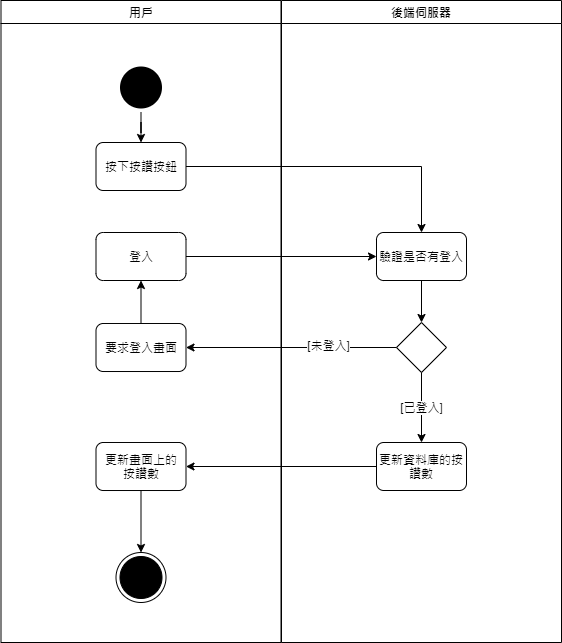
This is src/main/uml/good.png from 10746010/Plearnet-back-end, a draw.io export, as it was before one commit. Source tidied: cells renumbered, new cells last; positions are measured from the earlier drawing's top-left corner, leaving out a move shared by most shapes.
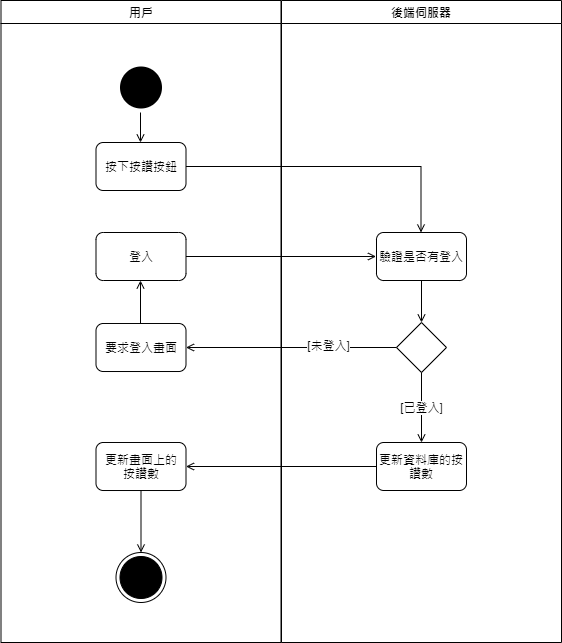
Later version of the same file.

Commit message:
update good Activity diagram

What changed in the source:
```diff
@@ -2,6 +2,30 @@
   <root>
     <mxCell id="0" />
     <mxCell id="1" parent="0" />
+    <mxCell id="23" style="edgeStyle=orthogonalEdgeStyle;rounded=0;orthogonalLoop=1;jettySize=auto;html=1;endArrow=open;endFill=0;" parent="1" edge="1">
+      <mxGeometry relative="1" as="geometry">
+        <mxPoint x="140" y="112" as="sourcePoint" />
+        <mxPoint x="140" y="142" as="targetPoint" />
+      </mxGeometry>
+    </mxCell>
+    <mxCell id="24" style="edgeStyle=orthogonalEdgeStyle;rounded=0;orthogonalLoop=1;jettySize=auto;html=1;endArrow=open;endFill=0;" parent="1" edge="1">
+      <mxGeometry relative="1" as="geometry">
+        <mxPoint x="185" y="166" as="sourcePoint" />
+        <mxPoint x="420.5" y="232" as="targetPoint" />
+      </mxGeometry>
+    </mxCell>
+    <mxCell id="25" style="edgeStyle=orthogonalEdgeStyle;rounded=0;orthogonalLoop=1;jettySize=auto;html=1;endArrow=open;endFill=0;" parent="1" edge="1">
+      <mxGeometry relative="1" as="geometry">
+        <mxPoint x="185" y="256" as="sourcePoint" />
+        <mxPoint x="375.5" y="256" as="targetPoint" />
+      </mxGeometry>
+    </mxCell>
+    <mxCell id="26" style="edgeStyle=orthogonalEdgeStyle;rounded=0;orthogonalLoop=1;jettySize=auto;html=1;endArrow=open;endFill=0;" parent="1" edge="1">
+      <mxGeometry relative="1" as="geometry">
+        <mxPoint x="140" y="323" as="sourcePoint" />
+        <mxPoint x="140" y="280" as="targetPoint" />
+      </mxGeometry>
+    </mxCell>
     <mxCell id="2" value="用戶" style="swimlane;whiteSpace=wrap;" parent="1" vertex="1">
       <mxGeometry x="0.5" width="280" height="642" as="geometry" />
     </mxCell>
@@ -20,12 +44,9 @@
     <mxCell id="7" value="更新畫面上的&lt;br&gt;按讚數" style="rounded=1;whiteSpace=wrap;html=1;" parent="1" vertex="1">
       <mxGeometry x="95.5" y="442" width="90" height="48" as="geometry" />
     </mxCell>
-    <mxCell id="8" style="edgeStyle=orthogonalEdgeStyle;rounded=0;jettySize=auto;html=1;" parent="1" edge="1" source="7" target="6">
+    <mxCell id="8" style="edgeStyle=orthogonalEdgeStyle;rounded=0;jettySize=auto;html=1;endArrow=open;endFill=0;" parent="1" edge="1" source="7" target="6">
       <mxGeometry relative="1" as="geometry" />
     </mxCell>
-    <mxCell id="9" style="edgeStyle=orthogonalEdgeStyle;rounded=0;jettySize=auto;html=1;" parent="1" edge="1" source="10" target="11">
-      <mxGeometry relative="1" as="geometry" />
-    </mxCell>
     <mxCell id="10" value="要求登入畫面" style="rounded=1;whiteSpace=wrap;html=1;" parent="1" vertex="1">
       <mxGeometry x="95.5" y="323" width="90" height="48" as="geometry" />
     </mxCell>
@@ -38,34 +59,23 @@
     <mxCell id="13" style="rhombus;whiteSpace=wrap;html=1;" parent="1" vertex="1">
       <mxGeometry x="396" y="322" width="50" height="50" as="geometry" />
     </mxCell>
-    <mxCell id="14" value="[已登入]" style="edgeStyle=orthogonalEdgeStyle;rounded=0;jettySize=auto;html=1;" parent="1" edge="1" source="13" target="12">
+    <mxCell id="14" value="[已登入]" style="edgeStyle=orthogonalEdgeStyle;rounded=0;jettySize=auto;html=1;endArrow=open;endFill=0;" parent="1" edge="1" source="13" target="12">
       <mxGeometry relative="1" as="geometry" />
     </mxCell>
     <mxCell id="15" value="驗證是否有登入" style="rounded=1;whiteSpace=wrap;html=1;" parent="1" vertex="1">
       <mxGeometry x="376" y="232" width="90" height="48" as="geometry" />
     </mxCell>
-    <mxCell id="16" style="edgeStyle=orthogonalEdgeStyle;rounded=0;jettySize=auto;html=1;" parent="1" edge="1" source="15" target="13">
+    <mxCell id="16" style="edgeStyle=orthogonalEdgeStyle;rounded=0;jettySize=auto;html=1;endArrow=open;endFill=0;" parent="1" edge="1" source="15" target="13">
       <mxGeometry relative="1" as="geometry" />
     </mxCell>
-    <mxCell id="17" style="edgeStyle=orthogonalEdgeStyle;rounded=0;jettySize=auto;html=1;" parent="1" edge="1" source="5" target="15">
-      <mxGeometry relative="1" as="geometry" />
-    </mxCell>
-    <mxCell id="18" style="edgeStyle=orthogonalEdgeStyle;rounded=0;jettySize=auto;html=1;" parent="1" edge="1" target="5">
-      <mxGeometry relative="1" as="geometry">
-        <mxPoint x="140.5" y="112" as="sourcePoint" />
-      </mxGeometry>
-    </mxCell>
-    <mxCell id="19" style="edgeStyle=orthogonalEdgeStyle;rounded=0;jettySize=auto;html=1;" parent="1" edge="1" source="13" target="10">
+    <mxCell id="19" style="edgeStyle=orthogonalEdgeStyle;rounded=0;jettySize=auto;html=1;endArrow=open;endFill=0;" parent="1" edge="1" source="13" target="10">
       <mxGeometry relative="1" as="geometry" />
     </mxCell>
     <mxCell id="20" value="[未登入]" style="edgeLabel;html=1;align=center;verticalAlign=middle;" parent="19" vertex="1">
       <mxGeometry x="-0.34" y="-3" relative="1" as="geometry" />
     </mxCell>
-    <mxCell id="21" style="edgeStyle=orthogonalEdgeStyle;rounded=0;jettySize=auto;html=1;" parent="1" edge="1" source="12" target="7">
+    <mxCell id="21" style="edgeStyle=orthogonalEdgeStyle;rounded=0;jettySize=auto;html=1;endArrow=open;endFill=0;" parent="1" edge="1" source="12" target="7">
       <mxGeometry relative="1" as="geometry" />
     </mxCell>
-    <mxCell id="22" style="edgeStyle=orthogonalEdgeStyle;rounded=0;jettySize=auto;html=1;" parent="1" edge="1" source="11" target="15">
-      <mxGeometry relative="1" as="geometry" />
-    </mxCell>
   </root>
 </mxGraphModel>
```
